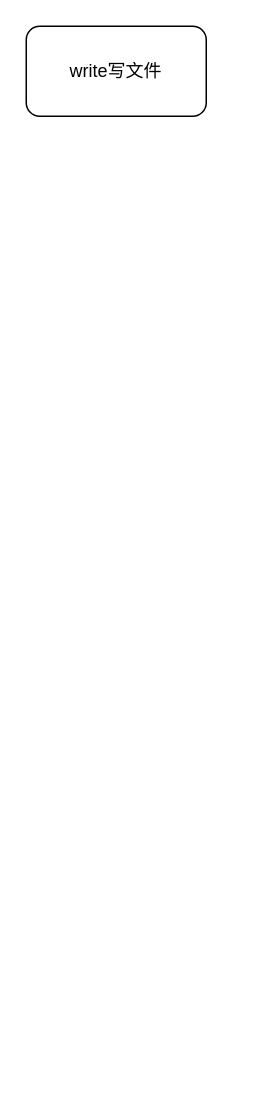
Netech-DevNote/itquestions_pictures keeps this draw.io diagram as 写cache.drawio. Above is the earlier version. Source tidied: cells renumbered, new cells numbered last; positions are measured from the earlier drawing's top-left corner, leaving out a move shared by most shapes. Both pictures are drawn from the tidied source at 150%, with x=0, y=0 at pixel (26, 26).
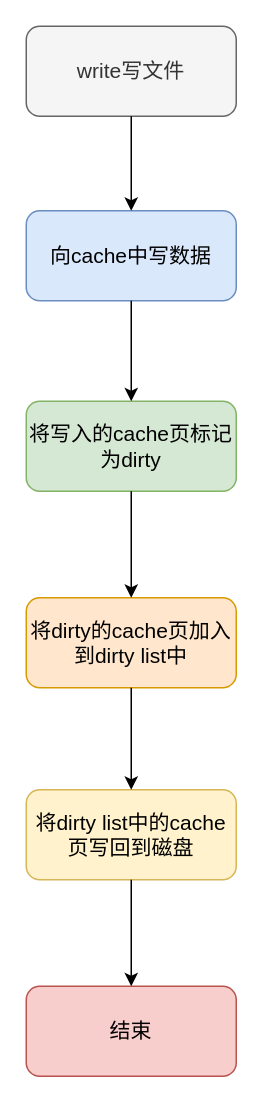
The same diagram, later.

The edit, as a diff of the source:
```diff
@@
 <mxGraphModel>
   <root>
     <mxCell id="0" />
     <mxCell id="1" parent="0" />
-    <mxCell id="2" value="write写文件" style="rounded=1;whiteSpace=wrap;html=1;" parent="1" vertex="1">
-      <mxGeometry width="120" height="60" as="geometry" />
+    <mxCell id="2" value="write写文件" style="rounded=1;whiteSpace=wrap;html=1;fillColor=#f5f5f5;fontColor=#333333;strokeColor=#666666;fontSize=14;" parent="1" vertex="1">
+      <mxGeometry width="140" height="60" as="geometry" />
     </mxCell>
+    <mxCell id="3" value="向cache中写数据" style="rounded=1;whiteSpace=wrap;html=1;fillColor=#dae8fc;strokeColor=#6c8ebf;fontSize=14;" parent="1" vertex="1">
+      <mxGeometry y="123" width="140" height="60" as="geometry" />
+    </mxCell>
+    <mxCell id="4" value="将写入的cache页标记为dirty" style="rounded=1;whiteSpace=wrap;html=1;fillColor=#d5e8d4;strokeColor=#82b366;fontSize=14;" parent="1" vertex="1">
+      <mxGeometry y="250" width="140" height="60" as="geometry" />
+    </mxCell>
+    <mxCell id="5" value="将dirty的cache页加入到dirty list中" style="rounded=1;whiteSpace=wrap;html=1;fillColor=#ffe6cc;strokeColor=#d79b00;fontSize=14;" parent="1" vertex="1">
+      <mxGeometry y="381" width="140" height="60" as="geometry" />
+    </mxCell>
+    <mxCell id="6" value="将dirty list中的cache页写回到磁盘" style="rounded=1;whiteSpace=wrap;html=1;fillColor=#fff2cc;strokeColor=#d6b656;fontSize=14;" parent="1" vertex="1">
+      <mxGeometry y="509" width="140" height="60" as="geometry" />
+    </mxCell>
+    <mxCell id="7" value="结束" style="rounded=1;whiteSpace=wrap;html=1;fillColor=#f8cecc;strokeColor=#b85450;fontSize=14;" parent="1" vertex="1">
+      <mxGeometry y="640" width="140" height="60" as="geometry" />
+    </mxCell>
+    <mxCell id="8" style="endArrow=classic;html=1;rounded=0;exitX=0.5;exitY=1;exitDx=0;exitDy=0;fontSize=14;" parent="1" edge="1" source="2" target="3">
+      <mxGeometry relative="1" as="geometry" />
+    </mxCell>
+    <mxCell id="9" style="endArrow=classic;html=1;rounded=0;exitX=0.5;exitY=1;exitDx=0;exitDy=0;entryX=0.5;entryY=0;entryDx=0;entryDy=0;fontSize=14;" parent="1" edge="1" source="3" target="4">
+      <mxGeometry relative="1" as="geometry" />
+    </mxCell>
+    <mxCell id="10" style="endArrow=classic;html=1;rounded=0;exitX=0.5;exitY=1;exitDx=0;exitDy=0;entryX=0.5;entryY=0;entryDx=0;entryDy=0;fontSize=14;" parent="1" edge="1" source="4" target="5">
+      <mxGeometry relative="1" as="geometry" />
+    </mxCell>
+    <mxCell id="11" style="endArrow=classic;html=1;rounded=0;exitX=0.5;exitY=1;exitDx=0;exitDy=0;entryX=0.5;entryY=0;entryDx=0;entryDy=0;fontSize=14;" parent="1" edge="1" source="5" target="6">
+      <mxGeometry relative="1" as="geometry" />
+    </mxCell>
+    <mxCell id="12" style="endArrow=classic;html=1;rounded=0;exitX=0.5;exitY=1;exitDx=0;exitDy=0;entryX=0.5;entryY=0;entryDx=0;entryDy=0;fontSize=14;" parent="1" edge="1" source="6" target="7">
+      <mxGeometry relative="1" as="geometry" />
+    </mxCell>
   </root>
 </mxGraphModel>
```
